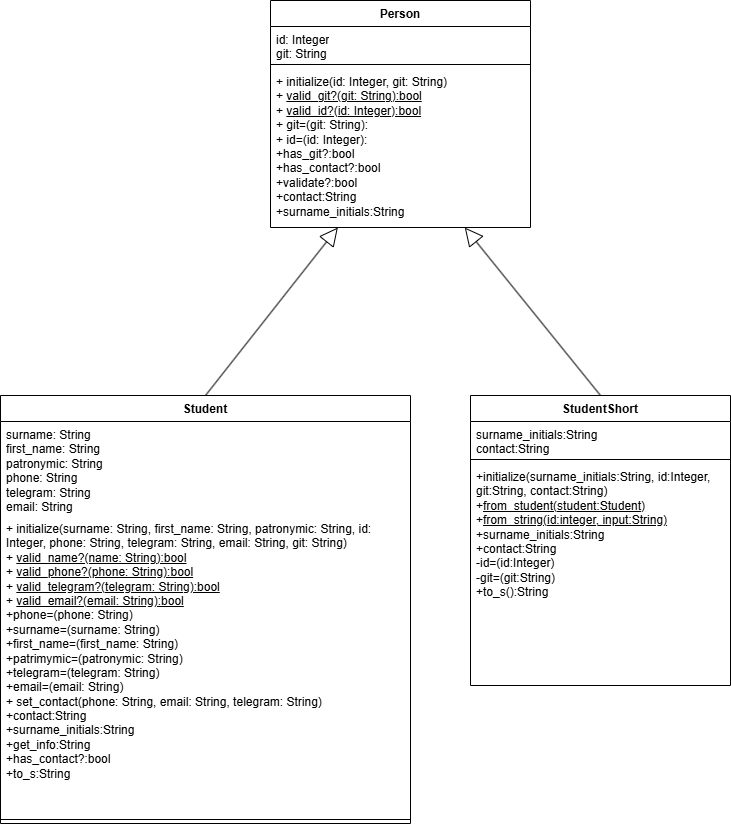
emefutty/patterns keeps this draw.io diagram as student/class_diagram.drawio.png. Above is the earlier version. Source tidied: cells renumbered, new cells last; positions are measured from the earlier drawing's top-left corner, leaving out a move shared by most shapes.
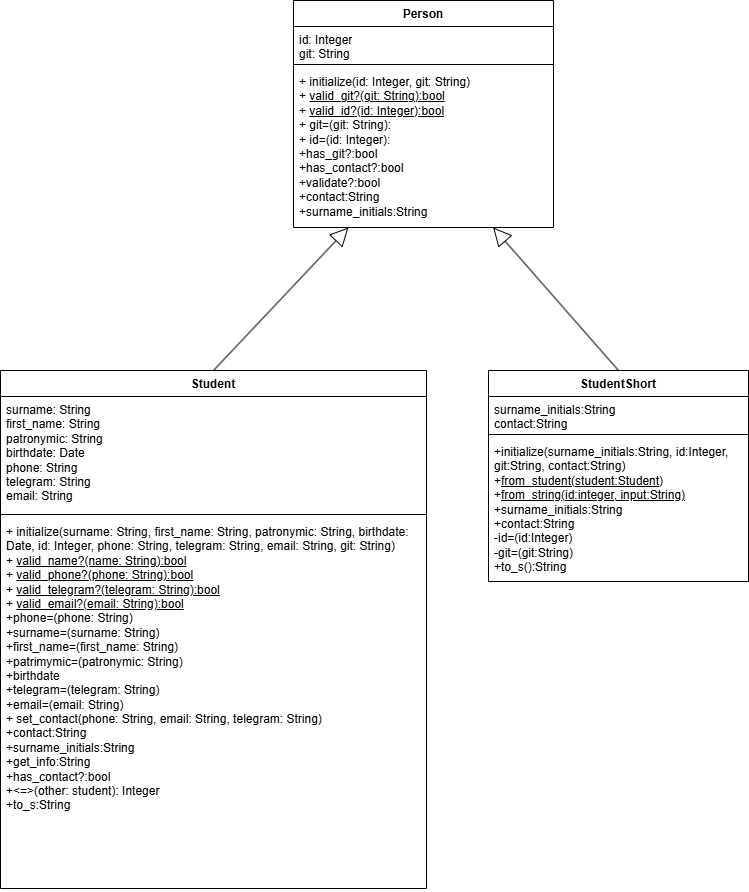
The same file after the commit.

Commit message:
lab 3 task 4 Adding birtdate

The edit, as a diff of the source:
```diff
@@ -3,7 +3,7 @@
     <mxCell id="0" />
     <mxCell id="1" parent="0" />
     <mxCell id="2" value="Person" style="swimlane;fontStyle=1;align=center;verticalAlign=top;horizontal=1;startSize=26;whiteSpace=wrap;html=1;" parent="1" vertex="1">
-      <mxGeometry x="270" width="260" height="227" as="geometry" />
+      <mxGeometry x="275" y="25" width="260" height="227" as="geometry" />
     </mxCell>
     <mxCell id="3" value="id: Integer&lt;div&gt;git: String&lt;/div&gt;" style="text;strokeColor=none;fillColor=none;align=left;verticalAlign=top;spacingLeft=4;spacingRight=4;overflow=hidden;whiteSpace=wrap;html=1;" parent="2" vertex="1">
       <mxGeometry y="26" width="260" height="34" as="geometry" />
@@ -14,20 +14,8 @@
     <mxCell id="5" value="+ initialize(id: Integer, git: String)&lt;div&gt;+ &lt;u&gt;valid_git?(git: String):bool&lt;/u&gt;&lt;/div&gt;&lt;div&gt;+ &lt;u&gt;valid_id?(id: Integer):bool&lt;/u&gt;&lt;/div&gt;&lt;div&gt;+ git=(git: String):&lt;/div&gt;&lt;div&gt;+ id=(id: Integer):&lt;/div&gt;&lt;div&gt;&lt;span style=&quot;background-color: transparent; color: light-dark(rgb(0, 0, 0), rgb(255, 255, 255));&quot;&gt;+has_git?:bool&lt;/span&gt;&lt;/div&gt;&lt;div&gt;&lt;div&gt;+has_contact?:bool&lt;/div&gt;&lt;/div&gt;&lt;div&gt;+validate?:bool&lt;/div&gt;&lt;div&gt;&lt;div&gt;&lt;span style=&quot;background-color: initial;&quot;&gt;+contact:String&lt;/span&gt;&lt;/div&gt;&lt;div&gt;&lt;span style=&quot;background-color: initial;&quot;&gt;+surname_initials:String&lt;/span&gt;&lt;/div&gt;&lt;/div&gt;" style="text;strokeColor=none;fillColor=none;align=left;verticalAlign=top;spacingLeft=4;spacingRight=4;overflow=hidden;points=[[0,0.5],[1,0.5]];portConstraint=eastwest;whiteSpace=wrap;html=1;" parent="2" vertex="1">
       <mxGeometry y="68" width="260" height="159" as="geometry" />
     </mxCell>
-    <mxCell id="6" value="Student" style="swimlane;fontStyle=1;align=center;verticalAlign=top;horizontal=1;startSize=26;whiteSpace=wrap;html=1;" parent="1" vertex="1">
-      <mxGeometry y="395" width="410" height="428" as="geometry" />
-    </mxCell>
-    <mxCell id="7" value="surname: String&lt;div&gt;first_name: String&lt;/div&gt;&lt;div&gt;patronymic: String&lt;/div&gt;&lt;div&gt;phone: String&lt;/div&gt;&lt;div&gt;telegram: String&lt;/div&gt;&lt;div&gt;email: String&lt;/div&gt;" style="text;strokeColor=none;fillColor=none;align=left;verticalAlign=top;spacingLeft=4;spacingRight=4;overflow=hidden;whiteSpace=wrap;html=1;" parent="6" vertex="1">
-      <mxGeometry y="26" width="410" height="94" as="geometry" />
-    </mxCell>
-    <mxCell id="8" value="+ initialize(surname: String, first_name: String, patronymic: String, id: Integer,&amp;nbsp;phone: String, telegram: String, email: String, git: String&lt;span style=&quot;background-color: initial;&quot;&gt;)&lt;/span&gt;&lt;div&gt;&lt;div&gt;&lt;span style=&quot;background-color: initial;&quot;&gt;+&amp;nbsp;&lt;/span&gt;&lt;u style=&quot;background-color: initial;&quot;&gt;valid_name?(name: String):bool&lt;/u&gt;&lt;/div&gt;&lt;div&gt;+ &lt;u&gt;valid_phone?(phone: String):bool&lt;/u&gt;&lt;/div&gt;&lt;div&gt;+ &lt;u&gt;valid_telegram?(telegram: String):bool&lt;/u&gt;&lt;/div&gt;&lt;div&gt;+ &lt;u&gt;valid_email?(email: String):bool&lt;/u&gt;&lt;/div&gt;&lt;/div&gt;&lt;div&gt;+phone=(phone: String)&lt;/div&gt;&lt;div&gt;+surname=(surname: String)&lt;/div&gt;&lt;div&gt;+first_name=(first_name: String)&lt;/div&gt;&lt;div&gt;+patrimymic=(patronymic: String)&lt;/div&gt;&lt;div&gt;+telegram=(telegram: String)&lt;/div&gt;&lt;div&gt;+email=(email: String)&lt;/div&gt;&lt;div&gt;&lt;div&gt;&lt;span style=&quot;background-color: initial;&quot;&gt;+ set_contact(phone: String, email: String, telegram: String)&lt;/span&gt;&lt;/div&gt;&lt;div&gt;&lt;span style=&quot;background-color: initial;&quot;&gt;+contact:String&lt;/span&gt;&lt;/div&gt;&lt;/div&gt;&lt;div&gt;&lt;span style=&quot;background-color: initial;&quot;&gt;+surname_initials:String&lt;/span&gt;&lt;/div&gt;&lt;div&gt;&lt;span style=&quot;background-color: initial;&quot;&gt;+get_info:String&lt;/span&gt;&lt;/div&gt;&lt;div&gt;+has_contact?:bool&lt;span style=&quot;background-color: initial;&quot;&gt;&lt;/span&gt;&lt;/div&gt;&lt;div&gt;+to_s:String&lt;/div&gt;&lt;div&gt;&lt;span style=&quot;background-color: initial;&quot;&gt;&lt;br&gt;&lt;/span&gt;&lt;/div&gt;" style="text;strokeColor=none;fillColor=none;align=left;verticalAlign=top;spacingLeft=4;spacingRight=4;overflow=hidden;whiteSpace=wrap;html=1;" parent="6" vertex="1">
-      <mxGeometry y="120" width="410" height="300" as="geometry" />
-    </mxCell>
-    <mxCell id="9" style="line;strokeWidth=1;fillColor=none;align=left;verticalAlign=middle;spacingTop=-1;spacingLeft=3;spacingRight=3;labelPosition=right;strokeColor=inherit;" parent="6" vertex="1">
-      <mxGeometry y="420" width="410" height="8" as="geometry" />
-    </mxCell>
     <mxCell id="10" value="StudentShort" style="swimlane;fontStyle=1;align=center;verticalAlign=top;horizontal=1;startSize=26;whiteSpace=wrap;html=1;" parent="1" vertex="1">
-      <mxGeometry x="470" y="395" width="260" height="290" as="geometry" />
+      <mxGeometry x="470" y="395" width="260" height="211" as="geometry" />
     </mxCell>
     <mxCell id="11" value="surname_initials:String&lt;div&gt;contact:String&lt;/div&gt;" style="text;strokeColor=none;fillColor=none;align=left;verticalAlign=top;spacingLeft=4;spacingRight=4;overflow=hidden;whiteSpace=wrap;html=1;" parent="10" vertex="1">
       <mxGeometry y="26" width="260" height="34" as="geometry" />
@@ -36,7 +24,7 @@
       <mxGeometry y="60" width="260" height="8" as="geometry" />
     </mxCell>
     <mxCell id="13" value="+initialize(surname_initials:String, id:Integer, git:String, contact:String)&lt;div&gt;+&lt;u&gt;from_student(student:Student)&lt;/u&gt;&lt;/div&gt;&lt;div&gt;+&lt;u&gt;from_string(id:integer, input:String)&lt;/u&gt;&lt;/div&gt;&lt;div&gt;+surname_initials:String&lt;/div&gt;&lt;div&gt;+contact:String&lt;/div&gt;&lt;div&gt;-id=(id:Integer)&lt;/div&gt;&lt;div&gt;-git=(git:String)&lt;/div&gt;&lt;div&gt;+to_s():String&lt;/div&gt;&lt;div&gt;&lt;br&gt;&lt;/div&gt;" style="text;strokeColor=none;fillColor=none;align=left;verticalAlign=top;spacingLeft=4;spacingRight=4;overflow=hidden;whiteSpace=wrap;html=1;" parent="10" vertex="1">
-      <mxGeometry y="68" width="260" height="222" as="geometry" />
+      <mxGeometry y="68" width="260" height="143" as="geometry" />
     </mxCell>
     <mxCell id="14" style="endArrow=block;endSize=16;endFill=0;html=1;rounded=0;exitX=0.5;exitY=0;exitDx=0;exitDy=0;" parent="1" edge="1" source="6" target="5">
       <mxGeometry x="-0.5" y="60" relative="1" as="geometry" />
@@ -44,5 +32,17 @@
     <mxCell id="15" style="endArrow=block;endSize=16;endFill=0;html=1;rounded=0;exitX=0.5;exitY=0;exitDx=0;exitDy=0;" parent="1" edge="1" source="10" target="5">
       <mxGeometry x="-0.5" y="60" relative="1" as="geometry" />
     </mxCell>
+    <mxCell id="6" value="Student" style="swimlane;fontStyle=1;align=center;verticalAlign=top;horizontal=1;startSize=26;whiteSpace=wrap;html=1;" parent="1" vertex="1">
+      <mxGeometry x="-18" y="395" width="426" height="518" as="geometry" />
+    </mxCell>
+    <mxCell id="16" value="surname: String&lt;div&gt;first_name: String&lt;/div&gt;&lt;div&gt;patronymic: String&lt;/div&gt;&lt;div&gt;birthdate: Date&lt;/div&gt;&lt;div&gt;phone: String&lt;/div&gt;&lt;div&gt;telegram: String&lt;/div&gt;&lt;div&gt;email: String&lt;/div&gt;" style="text;strokeColor=none;fillColor=none;align=left;verticalAlign=top;spacingLeft=4;spacingRight=4;overflow=hidden;whiteSpace=wrap;html=1;" parent="6" vertex="1">
+      <mxGeometry y="26" width="426" height="114" as="geometry" />
+    </mxCell>
+    <mxCell id="17" style="line;strokeWidth=1;fillColor=none;align=left;verticalAlign=middle;spacingTop=-1;spacingLeft=3;spacingRight=3;labelPosition=right;strokeColor=inherit;" parent="6" vertex="1">
+      <mxGeometry y="140" width="426" height="8" as="geometry" />
+    </mxCell>
+    <mxCell id="18" value="&lt;div&gt;+ initialize(surname: String, first_name: String, patronymic: String, birthdate: Date,&amp;nbsp;id: Integer,&amp;nbsp;phone: String, telegram: String, email: String, git: String&lt;span style=&quot;background-color: initial;&quot;&gt;)&lt;/span&gt;&lt;div&gt;&lt;div&gt;&lt;span style=&quot;background-color: initial;&quot;&gt;+&amp;nbsp;&lt;/span&gt;&lt;u style=&quot;background-color: initial;&quot;&gt;valid_name?(name: String):bool&lt;/u&gt;&lt;/div&gt;&lt;div&gt;+&amp;nbsp;&lt;u&gt;valid_phone?(phone: String):bool&lt;/u&gt;&lt;/div&gt;&lt;div&gt;+&amp;nbsp;&lt;u&gt;valid_telegram?(telegram: String):bool&lt;/u&gt;&lt;/div&gt;&lt;div&gt;+&amp;nbsp;&lt;u&gt;valid_email?(email: String):bool&lt;/u&gt;&lt;/div&gt;&lt;/div&gt;&lt;div&gt;+phone=(phone: String)&lt;/div&gt;&lt;div&gt;+surname=(surname: String)&lt;/div&gt;&lt;div&gt;+first_name=(first_name: String)&lt;/div&gt;&lt;div&gt;+patrimymic=(patronymic: String)&lt;/div&gt;&lt;div&gt;+birthdate&lt;/div&gt;&lt;div&gt;+telegram=(telegram: String)&lt;/div&gt;&lt;div&gt;+email=(email: String)&lt;/div&gt;&lt;div&gt;&lt;div&gt;&lt;span style=&quot;background-color: initial;&quot;&gt;+ set_contact(phone: String, email: String, telegram: String)&lt;/span&gt;&lt;/div&gt;&lt;div&gt;&lt;span style=&quot;background-color: initial;&quot;&gt;+contact:String&lt;/span&gt;&lt;/div&gt;&lt;/div&gt;&lt;div&gt;&lt;span style=&quot;background-color: initial;&quot;&gt;+surname_initials:String&lt;/span&gt;&lt;/div&gt;&lt;div&gt;&lt;span style=&quot;background-color: initial;&quot;&gt;+get_info:String&lt;/span&gt;&lt;/div&gt;&lt;div&gt;+has_contact?:bool&lt;span style=&quot;background-color: initial;&quot;&gt;&lt;/span&gt;&lt;/div&gt;&lt;div&gt;+&amp;lt;=&amp;gt;(other: student): Integer&lt;/div&gt;&lt;div&gt;+to_s:String&lt;/div&gt;&lt;/div&gt;&lt;div&gt;&lt;br&gt;&lt;/div&gt;" style="text;strokeColor=none;fillColor=none;align=left;verticalAlign=top;spacingLeft=4;spacingRight=4;overflow=hidden;whiteSpace=wrap;html=1;" parent="6" vertex="1">
+      <mxGeometry y="148" width="426" height="370" as="geometry" />
+    </mxCell>
   </root>
 </mxGraphModel>
```
